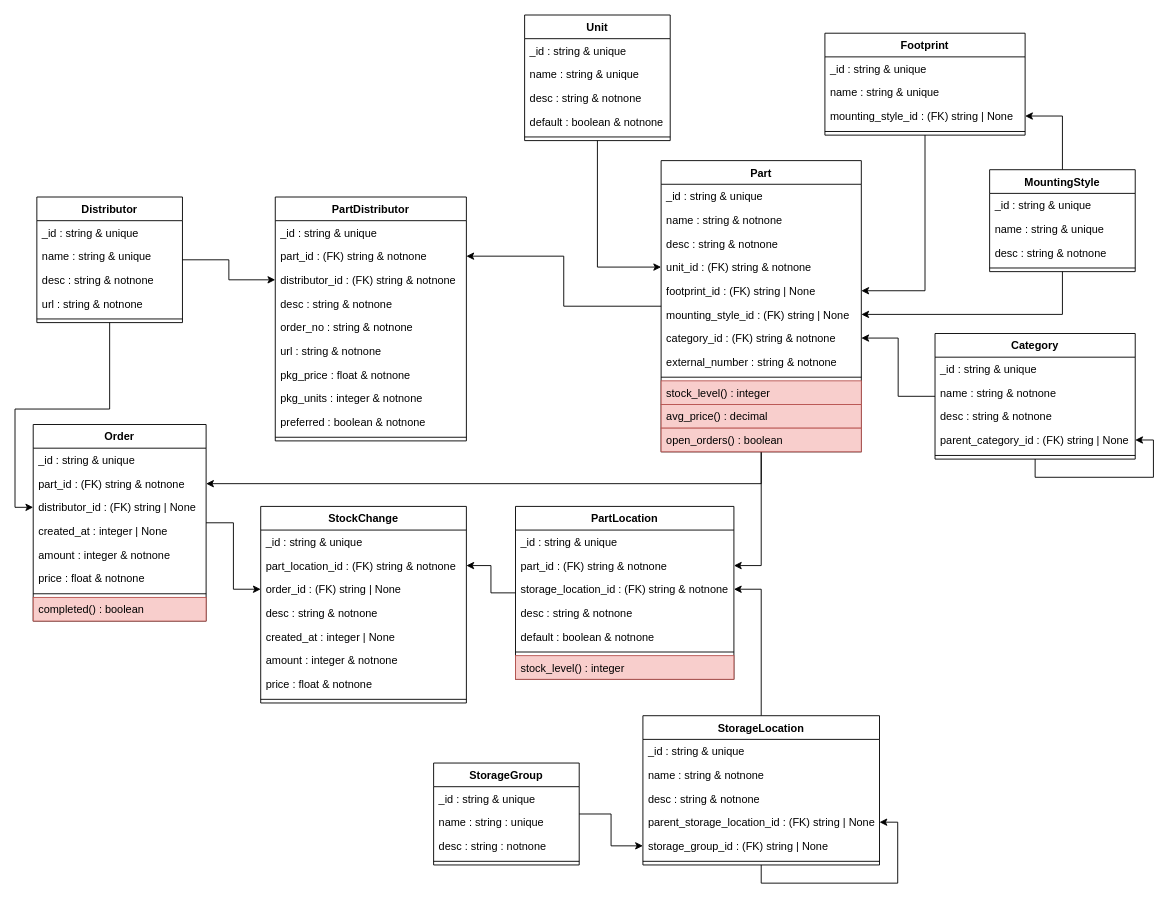
Before: docs/elements-classes.drawio in nils-ost/Inventory4Parts, a draw.io diagram. Source tidied: cells renumbered, new cells numbered last; positions are measured from the earlier drawing's top-left corner, leaving out a move shared by most shapes. Both pictures are drawn from the tidied source at 91%, with x=0, y=0 at pixel (33, 15).
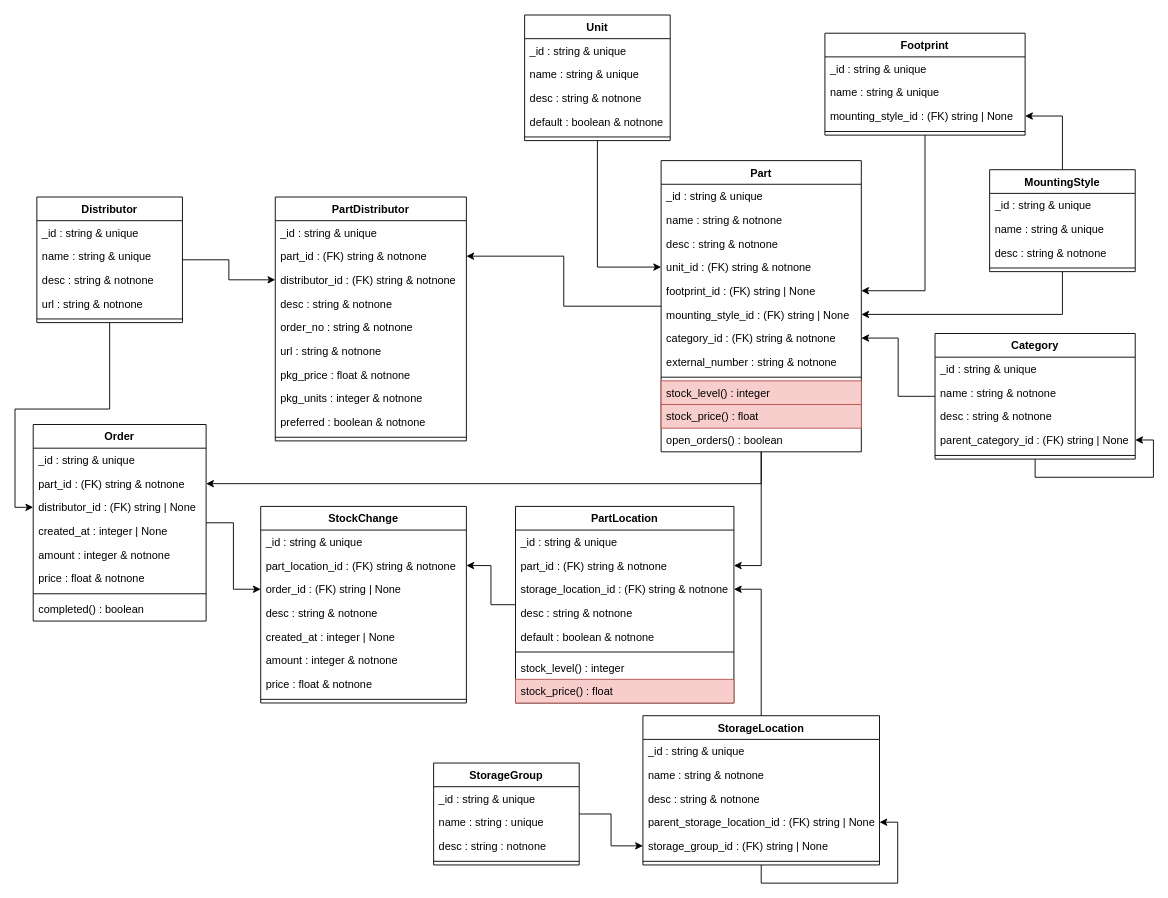
After the change.

The change refers to these unchanged cells:
```xml
<mxCell id="33" value="Part" style="swimlane;fontStyle=1;align=center;verticalAlign=top;horizontal=1;startSize=26;" parent="1" vertex="1">
  <mxGeometry x="690" y="160" width="220" height="320" as="geometry" />
</mxCell>
<mxCell id="81" value="Order" style="swimlane;fontStyle=1;align=center;verticalAlign=top;horizontal=1;startSize=26;" parent="1" vertex="1">
  <mxGeometry y="450" width="190" height="216" as="geometry" />
</mxCell>
```

The edit, as a diff of the source:
```diff
@@
-    <mxCell id="44" value="avg_price() : decimal" style="text;strokeColor=#b85450;fillColor=#f8cecc;align=left;verticalAlign=top;spacingLeft=4;spacingRight=4;overflow=hidden;" parent="33" vertex="1">
+    <mxCell id="44" value="stock_price() : float" style="text;strokeColor=#b85450;fillColor=#f8cecc;align=left;verticalAlign=top;spacingLeft=4;spacingRight=4;overflow=hidden;" parent="33" vertex="1">
       <mxGeometry y="268" width="220" height="26" as="geometry" />
     </mxCell>
-    <mxCell id="45" value="open_orders() : boolean" style="text;strokeColor=#b85450;fillColor=#f8cecc;align=left;verticalAlign=top;spacingLeft=4;spacingRight=4;overflow=hidden;" parent="33" vertex="1">
+    <mxCell id="45" value="open_orders() : boolean" style="text;align=left;verticalAlign=top;spacingLeft=4;spacingRight=4;overflow=hidden;" parent="33" vertex="1">
       <mxGeometry y="294" width="220" height="26" as="geometry" />
     </mxCell>
@@
-    <mxCell id="89" value="completed() : boolean" style="text;strokeColor=#b85450;fillColor=#f8cecc;align=left;verticalAlign=top;spacingLeft=4;spacingRight=4;overflow=hidden;" parent="81" vertex="1">
+    <mxCell id="89" value="completed() : boolean" style="text;align=left;verticalAlign=top;spacingLeft=4;spacingRight=4;overflow=hidden;" parent="81" vertex="1">
       <mxGeometry y="190" width="190" height="26" as="geometry" />
     </mxCell>
@@
     <mxCell id="91" value="PartLocation" style="swimlane;fontStyle=1;align=center;verticalAlign=top;horizontal=1;startSize=26;" parent="1" vertex="1">
-      <mxGeometry x="530" y="540" width="240" height="190" as="geometry" />
+      <mxGeometry x="530" y="540" width="240" height="216" as="geometry" />
     </mxCell>
@@
-    <mxCell id="98" value="stock_level() : integer" style="text;strokeColor=#b85450;fillColor=#f8cecc;align=left;verticalAlign=top;spacingLeft=4;spacingRight=4;overflow=hidden;" parent="91" vertex="1">
+    <mxCell id="98" value="stock_level() : integer" style="text;align=left;verticalAlign=top;spacingLeft=4;spacingRight=4;overflow=hidden;" parent="91" vertex="1">
       <mxGeometry y="164" width="240" height="26" as="geometry" />
     </mxCell>
+    <mxCell id="108" value="stock_price() : float" style="text;align=left;verticalAlign=top;spacingLeft=4;spacingRight=4;overflow=hidden;fillColor=#f8cecc;strokeColor=#b85450;" parent="91" vertex="1">
+      <mxGeometry y="190" width="240" height="26" as="geometry" />
+    </mxCell>
```
